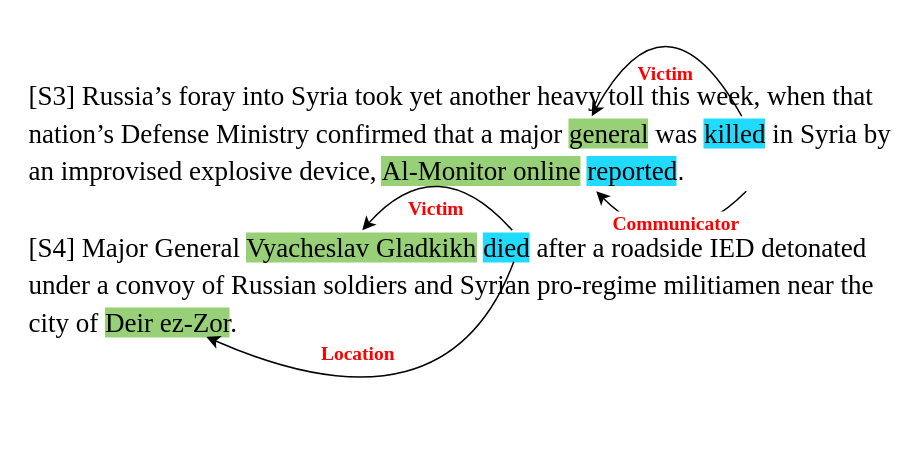
crawlerWPS/drawing keeps this draw.io diagram as Wikievent示意图.drawio. Above is the earlier version. Source tidied: cells renumbered, new cells numbered last; positions are measured from the earlier drawing's top-left corner, leaving out a move shared by most shapes. Both pictures are drawn from the tidied source at 150%, with x=0, y=0 at pixel (26, -20).
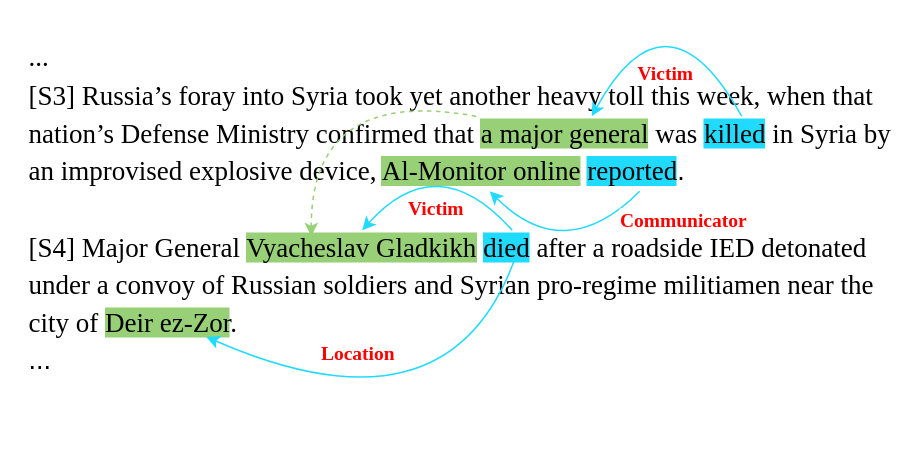
Above is the later version.

Commit message:
更新Wikievent示意图.drawio

Change to the diagram source:
```diff
@@
-    <mxCell id="2" value="&lt;div style=&quot;line-height: 140%; font-size: 18px;&quot;&gt;&lt;font style=&quot;font-size: 18px;&quot;&gt;&lt;font style=&quot;font-size: 18px;&quot; face=&quot;Times New Roman&quot;&gt;&lt;span style=&quot;background-color: initial;&quot;&gt;[S3] Russia’s foray into Syria took yet another heavy toll this week, when that nation’s Defense Ministry confirmed that a major &lt;/span&gt;&lt;span style=&quot;background-color: rgb(151, 208, 119);&quot;&gt;general&lt;/span&gt;&lt;span style=&quot;background-color: initial;&quot;&gt; was &lt;/span&gt;&lt;span style=&quot;background-color: rgb(33, 218, 255);&quot;&gt;killed&lt;/span&gt;&lt;span style=&quot;background-color: initial;&quot;&gt; in Syria by an improvised explosive device, &lt;/span&gt;&lt;span style=&quot;background-color: rgb(151, 208, 119);&quot;&gt;Al-Monitor online&lt;/span&gt;&lt;span style=&quot;background-color: initial;&quot;&gt; &lt;/span&gt;&lt;span style=&quot;background-color: rgb(33, 218, 255);&quot;&gt;reported&lt;/span&gt;&lt;/font&gt;&lt;span style=&quot;background-color: initial;&quot;&gt;&lt;font style=&quot;font-size: 18px;&quot; face=&quot;Pw8T8XqGJRI6i4Hfuuhy&quot;&gt;.&lt;/font&gt;&amp;nbsp;&lt;/span&gt;&lt;br&gt;&lt;/font&gt;&lt;/div&gt;&lt;div style=&quot;line-height: 140%; font-size: 18px;&quot;&gt;&lt;span style=&quot;background-color: initial;&quot;&gt;&lt;font style=&quot;font-size: 18px;&quot;&gt;&lt;br&gt;&lt;/font&gt;&lt;/span&gt;&lt;/div&gt;&lt;div style=&quot;line-height: 140%; font-size: 18px;&quot;&gt;&lt;font style=&quot;font-size: 18px;&quot;&gt;&lt;font style=&quot;font-size: 18px;&quot; face=&quot;Times New Roman&quot;&gt;[S4] Major General &lt;span style=&quot;background-color: rgb(151, 208, 119);&quot;&gt;Vyacheslav Gladkikh&lt;/span&gt; &lt;span style=&quot;background-color: rgb(33, 218, 255);&quot;&gt;died&lt;/span&gt; after a roadside IED detonated under a convoy of Russian soldiers and Syrian pro-regime militiamen near the city of &lt;span style=&quot;background-color: rgb(151, 208, 119);&quot;&gt;Deir ez-Zor&lt;/span&gt;.&lt;/font&gt;&amp;nbsp;&lt;/font&gt;&lt;/div&gt;&lt;div style=&quot;font-size: 18px; line-height: 140%;&quot;&gt;&lt;br&gt;&lt;/div&gt;" style="text;html=1;strokeColor=none;fillColor=none;align=left;verticalAlign=middle;whiteSpace=wrap;rounded=0;" parent="1" vertex="1">
+    <mxCell id="2" value="&lt;div style=&quot;line-height: 140%; font-size: 18px;&quot;&gt;&lt;font style=&quot;font-size: 18px;&quot;&gt;&lt;font style=&quot;font-size: 18px;&quot; face=&quot;Times New Roman&quot;&gt;&lt;span style=&quot;background-color: initial;&quot;&gt;...&lt;/span&gt;&lt;/font&gt;&lt;/font&gt;&lt;/div&gt;&lt;div style=&quot;line-height: 140%; font-size: 18px;&quot;&gt;&lt;font style=&quot;font-size: 18px;&quot;&gt;&lt;font style=&quot;font-size: 18px;&quot; face=&quot;Times New Roman&quot;&gt;&lt;span style=&quot;background-color: initial;&quot;&gt;[S3] Russia’s foray into Syria took yet another heavy toll this week, when that nation’s Defense Ministry confirmed that &lt;/span&gt;&lt;span style=&quot;background-color: rgb(151, 208, 119);&quot;&gt;a major general&lt;/span&gt;&lt;span style=&quot;background-color: initial;&quot;&gt; was &lt;/span&gt;&lt;span style=&quot;background-color: rgb(33, 218, 255);&quot;&gt;killed&lt;/span&gt;&lt;span style=&quot;background-color: initial;&quot;&gt; in Syria by an improvised explosive device, &lt;/span&gt;&lt;span style=&quot;background-color: rgb(151, 208, 119);&quot;&gt;Al-Monitor online&lt;/span&gt;&lt;span style=&quot;background-color: initial;&quot;&gt; &lt;/span&gt;&lt;span style=&quot;background-color: rgb(33, 218, 255);&quot;&gt;reported&lt;/span&gt;&lt;/font&gt;&lt;span style=&quot;background-color: initial;&quot;&gt;&lt;font style=&quot;font-size: 18px;&quot; face=&quot;Pw8T8XqGJRI6i4Hfuuhy&quot;&gt;.&lt;/font&gt;&amp;nbsp;&lt;/span&gt;&lt;br&gt;&lt;/font&gt;&lt;/div&gt;&lt;div style=&quot;line-height: 140%; font-size: 18px;&quot;&gt;&lt;span style=&quot;background-color: initial;&quot;&gt;&lt;font style=&quot;font-size: 18px;&quot;&gt;&lt;br&gt;&lt;/font&gt;&lt;/span&gt;&lt;/div&gt;&lt;div style=&quot;line-height: 140%; font-size: 18px;&quot;&gt;&lt;font style=&quot;font-size: 18px;&quot;&gt;&lt;font style=&quot;font-size: 18px;&quot; face=&quot;Times New Roman&quot;&gt;[S4] Major General &lt;span style=&quot;background-color: rgb(151, 208, 119);&quot;&gt;Vyacheslav Gladkikh&lt;/span&gt; &lt;span style=&quot;background-color: rgb(33, 218, 255);&quot;&gt;died&lt;/span&gt; after a roadside IED detonated under a convoy of Russian soldiers and Syrian pro-regime militiamen near the city of &lt;span style=&quot;background-color: rgb(151, 208, 119);&quot;&gt;Deir ez-Zor&lt;/span&gt;.&lt;/font&gt;&amp;nbsp;&lt;/font&gt;&lt;/div&gt;&lt;div style=&quot;line-height: 140%; font-size: 18px;&quot;&gt;&lt;font style=&quot;font-size: 18px;&quot;&gt;...&lt;/font&gt;&lt;/div&gt;&lt;div style=&quot;font-size: 18px; line-height: 140%;&quot;&gt;&lt;br&gt;&lt;/div&gt;" style="text;html=1;strokeColor=none;fillColor=none;align=left;verticalAlign=middle;whiteSpace=wrap;rounded=0;" parent="1" vertex="1">
       <mxGeometry y="30" width="580" height="270" as="geometry" />
     </mxCell>
-    <mxCell id="3" style="curved=1;endArrow=classic;html=1;rounded=0;" parent="1" edge="1">
+    <mxCell id="3" style="curved=1;endArrow=classic;html=1;rounded=0;fillColor=#dae8fc;strokeColor=#21DAFF;" parent="1" edge="1">
       <mxGeometry relative="1" as="geometry">
         <mxPoint x="477" y="90" as="sourcePoint" />
         <mxPoint x="377" y="90" as="targetPoint" />
         <Array as="points">
           <mxPoint x="427" />
         </Array>
       </mxGeometry>
     </mxCell>
@@
-    <mxCell id="5" style="curved=1;endArrow=classic;html=1;rounded=0;" parent="1" edge="1">
+    <mxCell id="5" style="curved=1;endArrow=classic;html=1;rounded=0;fillColor=#dae8fc;strokeColor=#21DAFF;" parent="1" edge="1">
       <mxGeometry relative="1" as="geometry">
-        <mxPoint x="480" y="140" as="sourcePoint" />
-        <mxPoint x="380" y="140" as="targetPoint" />
+        <mxPoint x="409" y="140" as="sourcePoint" />
+        <mxPoint x="309" y="140" as="targetPoint" />
         <Array as="points">
-          <mxPoint x="430" y="190" />
+          <mxPoint x="359" y="190" />
         </Array>
       </mxGeometry>
     </mxCell>
     <mxCell id="6" value="&lt;font face=&quot;Times New Roman&quot; size=&quot;1&quot; color=&quot;#ff0000&quot;&gt;&lt;b style=&quot;font-size: 13px;&quot;&gt;Communicator&lt;/b&gt;&lt;/font&gt;" style="edgeLabel;html=1;align=center;verticalAlign=middle;" parent="5" vertex="1">
       <mxGeometry x="-0.1" y="-3" relative="1" as="geometry">
-        <mxPoint y="-23" as="offset" />
+        <mxPoint x="76" y="-25" as="offset" />
       </mxGeometry>
     </mxCell>
-    <mxCell id="7" style="curved=1;endArrow=classic;html=1;rounded=0;" parent="1" edge="1">
+    <mxCell id="7" style="curved=1;endArrow=classic;html=1;rounded=0;fillColor=#dae8fc;strokeColor=#21DAFF;" parent="1" edge="1">
       <mxGeometry relative="1" as="geometry">
         <mxPoint x="324" y="166" as="sourcePoint" />
         <mxPoint x="224" y="166" as="targetPoint" />
         <Array as="points">
           <mxPoint x="274" y="110" />
         </Array>
       </mxGeometry>
     </mxCell>
@@
-    <mxCell id="9" style="curved=1;endArrow=classic;html=1;rounded=0;entryX=0.207;entryY=0.778;entryDx=0;entryDy=0;entryPerimeter=0;" parent="1" edge="1">
+    <mxCell id="9" style="curved=1;endArrow=classic;html=1;rounded=0;entryX=0.207;entryY=0.778;entryDx=0;entryDy=0;entryPerimeter=0;fillColor=#dae8fc;strokeColor=#21DAFF;" parent="1" edge="1">
       <mxGeometry relative="1" as="geometry">
         <mxPoint x="325" y="187" as="sourcePoint" />
         <mxPoint x="120.1" y="237.1" as="targetPoint" />
         <Array as="points">
           <mxPoint x="280" y="307" />
         </Array>
       </mxGeometry>
     </mxCell>
@@
+    <mxCell id="11" style="curved=1;endArrow=classic;html=1;rounded=0;dashed=1;strokeColor=#97D077;" parent="1" edge="1">
+      <mxGeometry relative="1" as="geometry">
+        <mxPoint x="300" y="90" as="sourcePoint" />
+        <mxPoint x="190" y="170" as="targetPoint" />
+        <Array as="points">
+          <mxPoint x="190" y="70" />
+        </Array>
+      </mxGeometry>
+    </mxCell>
```
